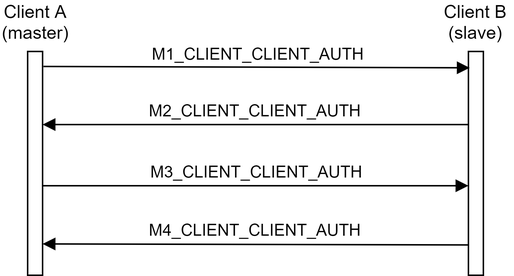
marcopettorali/cybersec keeps this draw.io diagram as documents/protocol_diagrams/p2p_auth.png. Above is the earlier version. Source tidied: cells renumbered, new cells last; positions are measured from the earlier drawing's top-left corner, leaving out a move shared by most shapes. Its diagram source:
```xml
<mxGraphModel>
  <root>
    <mxCell id="0" />
    <mxCell id="1" parent="0" />
    <mxCell id="2" style="rounded=0;whiteSpace=wrap;html=1;" parent="1" vertex="1">
      <mxGeometry x="18" y="30" width="10" height="150" as="geometry" />
    </mxCell>
    <mxCell id="3" value="Client A (master)" style="text;html=1;strokeColor=none;fillColor=none;align=center;verticalAlign=middle;whiteSpace=wrap;rounded=0;" parent="1" vertex="1">
      <mxGeometry x="0.5" width="45" height="20" as="geometry" />
    </mxCell>
    <mxCell id="4" style="rounded=0;whiteSpace=wrap;html=1;" parent="1" vertex="1">
      <mxGeometry x="313" y="30" width="10" height="150" as="geometry" />
    </mxCell>
    <mxCell id="5" value="Client B (slave)" style="text;html=1;strokeColor=none;fillColor=none;align=center;verticalAlign=middle;whiteSpace=wrap;rounded=0;" parent="1" vertex="1">
      <mxGeometry x="293" width="50" height="20" as="geometry" />
    </mxCell>
    <mxCell id="6" value="M1_CLIENT_CLIENT_AUTH" style="html=1;verticalAlign=bottom;endArrow=block;exitX=1.062;exitY=0.067;exitDx=0;exitDy=0;entryX=0.086;entryY=0.073;entryDx=0;entryDy=0;entryPerimeter=0;exitPerimeter=0;" parent="1" edge="1" source="2" target="4">
      <mxGeometry relative="1" as="geometry" />
    </mxCell>
    <mxCell id="7" value="M2_CLIENT_CLIENT_AUTH" style="html=1;verticalAlign=bottom;endArrow=block;" parent="1" edge="1">
      <mxGeometry relative="1" as="geometry">
        <mxPoint x="313" y="79" as="sourcePoint" />
        <mxPoint x="28" y="79" as="targetPoint" />
      </mxGeometry>
    </mxCell>
    <mxCell id="8" value="M3_CLIENT_CLIENT_AUTH" style="html=1;verticalAlign=bottom;endArrow=block;exitX=1;exitY=0.25;exitDx=0;exitDy=0;entryX=0;entryY=0.25;entryDx=0;entryDy=0;" parent="1" edge="1">
      <mxGeometry relative="1" as="geometry">
        <mxPoint x="28" y="120" as="sourcePoint" />
        <mxPoint x="313" y="120" as="targetPoint" />
      </mxGeometry>
    </mxCell>
    <mxCell id="9" value="M4_CLIENT_CLIENT_AUTH" style="html=1;verticalAlign=bottom;endArrow=block;exitX=0.038;exitY=0.374;exitDx=0;exitDy=0;exitPerimeter=0;" parent="1" edge="1">
      <mxGeometry relative="1" as="geometry">
        <mxPoint x="313.4" y="159.7" as="sourcePoint" />
        <mxPoint x="28" y="159" as="targetPoint" />
      </mxGeometry>
    </mxCell>
  </root>
</mxGraphModel>
```
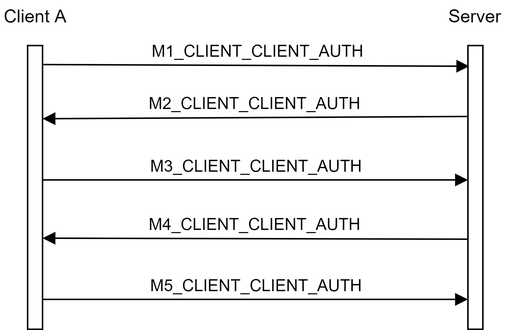
The same diagram one commit later.

Diff of the diagram source:
```diff
@@ -3,23 +3,22 @@
     <mxCell id="0" />
     <mxCell id="1" parent="0" />
     <mxCell id="2" style="rounded=0;whiteSpace=wrap;html=1;" parent="1" vertex="1">
-      <mxGeometry x="18" y="30" width="10" height="150" as="geometry" />
+      <mxGeometry x="18" y="30" width="10" height="190" as="geometry" />
     </mxCell>
-    <mxCell id="3" value="Client A (master)" style="text;html=1;strokeColor=none;fillColor=none;align=center;verticalAlign=middle;whiteSpace=wrap;rounded=0;" parent="1" vertex="1">
+    <mxCell id="3" value="Client A" style="text;html=1;strokeColor=none;fillColor=none;align=center;verticalAlign=middle;whiteSpace=wrap;rounded=0;" parent="1" vertex="1">
       <mxGeometry x="0.5" width="45" height="20" as="geometry" />
     </mxCell>
     <mxCell id="4" style="rounded=0;whiteSpace=wrap;html=1;" parent="1" vertex="1">
-      <mxGeometry x="313" y="30" width="10" height="150" as="geometry" />
+      <mxGeometry x="313" y="30" width="10" height="190" as="geometry" />
     </mxCell>
-    <mxCell id="5" value="Client B (slave)" style="text;html=1;strokeColor=none;fillColor=none;align=center;verticalAlign=middle;whiteSpace=wrap;rounded=0;" parent="1" vertex="1">
-      <mxGeometry x="293" width="50" height="20" as="geometry" />
+    <mxCell id="5" value="Server" style="text;html=1;strokeColor=none;fillColor=none;align=center;verticalAlign=middle;whiteSpace=wrap;rounded=0;" parent="1" vertex="1">
+      <mxGeometry x="298" width="40" height="20" as="geometry" />
     </mxCell>
     <mxCell id="6" value="M1_CLIENT_CLIENT_AUTH" style="html=1;verticalAlign=bottom;endArrow=block;exitX=1.062;exitY=0.067;exitDx=0;exitDy=0;entryX=0.086;entryY=0.073;entryDx=0;entryDy=0;entryPerimeter=0;exitPerimeter=0;" parent="1" edge="1" source="2" target="4">
       <mxGeometry relative="1" as="geometry" />
     </mxCell>
-    <mxCell id="7" value="M2_CLIENT_CLIENT_AUTH" style="html=1;verticalAlign=bottom;endArrow=block;" parent="1" edge="1">
+    <mxCell id="7" value="M2_CLIENT_CLIENT_AUTH" style="html=1;verticalAlign=bottom;endArrow=block;exitX=0;exitY=0.25;exitDx=0;exitDy=0;" parent="1" edge="1" source="4">
       <mxGeometry relative="1" as="geometry">
-        <mxPoint x="313" y="79" as="sourcePoint" />
         <mxPoint x="28" y="79" as="targetPoint" />
       </mxGeometry>
     </mxCell>
@@ -35,5 +34,11 @@
         <mxPoint x="28" y="159" as="targetPoint" />
       </mxGeometry>
     </mxCell>
+    <mxCell id="10" value="M5_CLIENT_CLIENT_AUTH" style="html=1;verticalAlign=bottom;endArrow=block;exitX=1;exitY=0.25;exitDx=0;exitDy=0;entryX=0;entryY=0.25;entryDx=0;entryDy=0;" parent="1" edge="1">
+      <mxGeometry relative="1" as="geometry">
+        <mxPoint x="28" y="200" as="sourcePoint" />
+        <mxPoint x="313" y="200" as="targetPoint" />
+      </mxGeometry>
+    </mxCell>
   </root>
 </mxGraphModel>
```
